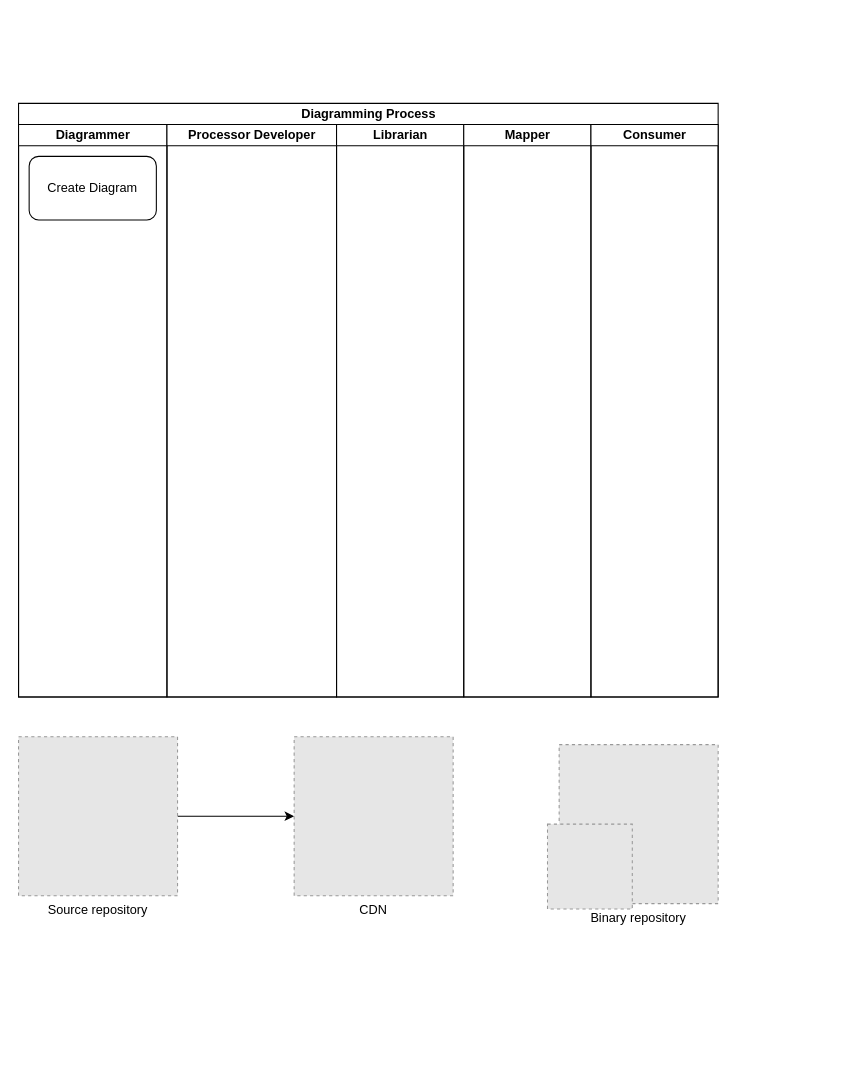
Above: diagram.drawio in Nasdanika-Demos/general-purpose-executable-diagrams-story (draw.io), before the change. Source tidied: cells renumbered, new cells numbered last; positions are measured from the earlier drawing's top-left corner, leaving out a move shared by most shapes. Both pictures are drawn from the tidied source at 106%, with x=0, y=0 at pixel (18, 103). Pictures stored in the file or linked from it are replaced by grey dashed boxes.
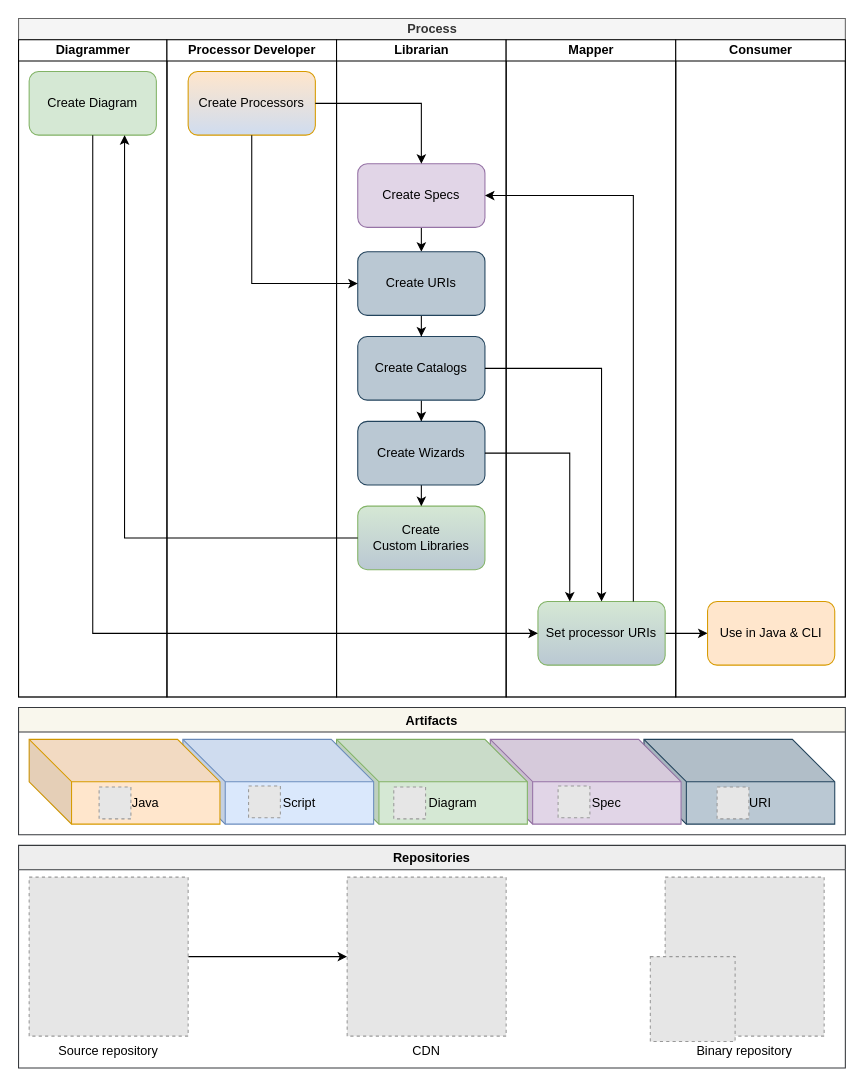
After the change.

Change to the diagram source:
```diff
@@
-    <mxCell id="2" value="Diagramming Process" style="swimlane;startSize=20;html=1;" parent="1" vertex="1">
-      <mxGeometry width="660" height="560" as="geometry" />
-    </mxCell>
+    <mxCell id="14" value="Process" style="swimlane;startSize=20;html=1;fillColor=#f5f5f5;fontColor=#333333;strokeColor=#666666;" parent="1" vertex="1">
+      <mxGeometry y="-80" width="780" height="640" as="geometry" />
+    </mxCell>
-    <mxCell id="3" value="Diagrammer" style="swimlane;startSize=20;html=1;" parent="2" vertex="1">
-      <mxGeometry y="20" width="140" height="540" as="geometry" />
+    <mxCell id="3" value="Diagrammer" style="swimlane;startSize=20;html=1;" parent="14" vertex="1">
+      <mxGeometry y="20" width="140" height="620" as="geometry" />
     </mxCell>
-    <mxCell id="4" value="Create Diagram" style="rounded=1;whiteSpace=wrap;html=1;" parent="3" vertex="1">
+    <mxCell id="4" value="Create Diagram" style="rounded=1;whiteSpace=wrap;html=1;fillColor=#d5e8d4;strokeColor=#82b366;" parent="3" vertex="1">
       <mxGeometry x="10" y="30" width="120" height="60" as="geometry" />
     </mxCell>
-    <mxCell id="5" value="Processor Developer" style="swimlane;startSize=20;html=1;" parent="2" vertex="1">
-      <mxGeometry x="140" y="20" width="160" height="540" as="geometry" />
+    <mxCell id="5" value="Processor Developer" style="swimlane;startSize=20;html=1;" parent="14" vertex="1">
+      <mxGeometry x="140" y="20" width="160" height="620" as="geometry" />
     </mxCell>
+    <mxCell id="15" value="Create Processors" style="rounded=1;whiteSpace=wrap;html=1;fillColor=#ffe6cc;strokeColor=#d79b00;gradientColor=#cfdcef;" parent="5" vertex="1">
+      <mxGeometry x="20" y="30" width="120" height="60" as="geometry" />
+    </mxCell>
-    <mxCell id="6" value="Librarian" style="swimlane;startSize=20;html=1;" parent="2" vertex="1">
-      <mxGeometry x="300" y="20" width="120" height="540" as="geometry" />
+    <mxCell id="6" value="Librarian" style="swimlane;startSize=20;html=1;" parent="14" vertex="1">
+      <mxGeometry x="300" y="20" width="160" height="620" as="geometry" />
     </mxCell>
+    <mxCell id="16" style="edgeStyle=orthogonalEdgeStyle;rounded=0;jettySize=auto;html=1;" parent="6" edge="1" source="17" target="23">
+      <mxGeometry relative="1" as="geometry" />
+    </mxCell>
+    <mxCell id="17" value="Create Specs" style="rounded=1;whiteSpace=wrap;html=1;fillColor=#e1d5e7;strokeColor=#9673a6;" parent="6" vertex="1">
+      <mxGeometry x="20" y="117" width="120" height="60" as="geometry" />
+    </mxCell>
+    <mxCell id="18" style="edgeStyle=orthogonalEdgeStyle;rounded=0;jettySize=auto;html=1;" parent="6" edge="1" source="19" target="21">
+      <mxGeometry relative="1" as="geometry" />
+    </mxCell>
+    <mxCell id="19" value="Create Catalogs" style="rounded=1;whiteSpace=wrap;html=1;fillColor=#bac8d3;strokeColor=#23445d;" parent="6" vertex="1">
+      <mxGeometry x="20" y="280" width="120" height="60" as="geometry" />
+    </mxCell>
+    <mxCell id="20" style="edgeStyle=orthogonalEdgeStyle;rounded=0;jettySize=auto;html=1;" parent="6" edge="1" source="21" target="24">
+      <mxGeometry relative="1" as="geometry" />
+    </mxCell>
+    <mxCell id="21" value="Create Wizards" style="rounded=1;whiteSpace=wrap;html=1;fillColor=#bac8d3;strokeColor=#23445d;" parent="6" vertex="1">
+      <mxGeometry x="20" y="360" width="120" height="60" as="geometry" />
+    </mxCell>
+    <mxCell id="22" style="edgeStyle=orthogonalEdgeStyle;rounded=0;jettySize=auto;html=1;" parent="6" edge="1" source="23" target="19">
+      <mxGeometry relative="1" as="geometry" />
+    </mxCell>
+    <mxCell id="23" value="Create URIs" style="rounded=1;whiteSpace=wrap;html=1;fillColor=#bac8d3;strokeColor=#23445d;" parent="6" vertex="1">
+      <mxGeometry x="20" y="200" width="120" height="60" as="geometry" />
+    </mxCell>
+    <mxCell id="24" value="Create&lt;div&gt;Custom Libraries&lt;/div&gt;" style="rounded=1;whiteSpace=wrap;html=1;fillColor=#d5e8d4;strokeColor=#82b366;gradientColor=#bac8d3;" parent="6" vertex="1">
+      <mxGeometry x="20" y="440" width="120" height="60" as="geometry" />
+    </mxCell>
-    <mxCell id="7" value="Mapper" style="swimlane;startSize=20;html=1;" parent="2" vertex="1">
-      <mxGeometry x="420" y="20" width="120" height="540" as="geometry" />
+    <mxCell id="7" value="Mapper" style="swimlane;startSize=20;html=1;" parent="14" vertex="1">
+      <mxGeometry x="460" y="20" width="160" height="620" as="geometry" />
     </mxCell>
-    <mxCell id="8" value="Consumer" style="swimlane;startSize=20;html=1;" parent="2" vertex="1">
-      <mxGeometry x="540" y="20" width="120" height="540" as="geometry" />
+    <mxCell id="8" value="Consumer" style="swimlane;startSize=20;html=1;" parent="14" vertex="1">
+      <mxGeometry x="620" y="20" width="160" height="620" as="geometry" />
     </mxCell>
+    <mxCell id="25" style="edgeStyle=orthogonalEdgeStyle;rounded=0;jettySize=auto;html=1;" parent="8" edge="1" source="26" target="27">
+      <mxGeometry relative="1" as="geometry" />
+    </mxCell>
+    <mxCell id="26" value="Set processor URIs" style="rounded=1;whiteSpace=wrap;html=1;fillColor=#d5e8d4;strokeColor=#82b366;gradientColor=#bac8d3;" parent="8" vertex="1">
+      <mxGeometry x="-130" y="530" width="120" height="60" as="geometry" />
+    </mxCell>
+    <mxCell id="27" value="Use in Java &amp;amp; CLI" style="rounded=1;whiteSpace=wrap;html=1;fillColor=#ffe6cc;strokeColor=#d79b00;" parent="8" vertex="1">
+      <mxGeometry x="30" y="530" width="120" height="60" as="geometry" />
+    </mxCell>
+    <mxCell id="28" style="edgeStyle=orthogonalEdgeStyle;rounded=0;jettySize=auto;html=1;" parent="14" edge="1" source="4" target="26">
+      <mxGeometry relative="1" as="geometry">
+        <Array as="points">
+          <mxPoint x="70" y="580" />
+        </Array>
+      </mxGeometry>
+    </mxCell>
+    <mxCell id="29" style="edgeStyle=orthogonalEdgeStyle;rounded=0;jettySize=auto;html=1;" parent="14" edge="1" source="15" target="17">
+      <mxGeometry relative="1" as="geometry" />
+    </mxCell>
+    <mxCell id="30" style="edgeStyle=orthogonalEdgeStyle;rounded=0;jettySize=auto;html=1;" parent="14" edge="1" source="15" target="23">
+      <mxGeometry relative="1" as="geometry">
+        <Array as="points">
+          <mxPoint x="220" y="250" />
+        </Array>
+      </mxGeometry>
+    </mxCell>
+    <mxCell id="31" style="edgeStyle=orthogonalEdgeStyle;rounded=0;jettySize=auto;html=1;entryX=0.25;entryY=0;entryDx=0;entryDy=0;" parent="14" edge="1" source="21" target="26">
+      <mxGeometry relative="1" as="geometry" />
+    </mxCell>
+    <mxCell id="32" style="edgeStyle=orthogonalEdgeStyle;rounded=0;jettySize=auto;html=1;entryX=0.5;entryY=0;entryDx=0;entryDy=0;" parent="14" edge="1" source="19" target="26">
+      <mxGeometry relative="1" as="geometry" />
+    </mxCell>
+    <mxCell id="33" style="edgeStyle=orthogonalEdgeStyle;rounded=0;jettySize=auto;html=1;exitX=0.75;exitY=0;exitDx=0;exitDy=0;entryX=1;entryY=0.5;entryDx=0;entryDy=0;" parent="14" edge="1" source="26" target="17">
+      <mxGeometry relative="1" as="geometry" />
+    </mxCell>
+    <mxCell id="34" style="edgeStyle=orthogonalEdgeStyle;rounded=0;jettySize=auto;html=1;entryX=0.75;entryY=1;entryDx=0;entryDy=0;" parent="14" edge="1" source="24" target="4">
+      <mxGeometry relative="1" as="geometry" />
+    </mxCell>
+    <mxCell id="35" value="Repositories" style="swimlane;fillColor=#eeeeee;strokeColor=#36393d;" parent="1" vertex="1">
+      <mxGeometry y="700" width="780" height="210" as="geometry" />
+    </mxCell>
-    <mxCell id="9" style="edgeStyle=orthogonalEdgeStyle;rounded=0;jettySize=auto;html=1;" parent="1" edge="1" source="10" target="11">
+    <mxCell id="9" style="edgeStyle=orthogonalEdgeStyle;rounded=0;jettySize=auto;html=1;" parent="35" edge="1" source="10" target="11">
       <mxGeometry relative="1" as="geometry" />
     </mxCell>
-    <mxCell id="10" value="Source repository" style="fillColor=#E6E6E6;strokeColor=#999999;dashed=1;verticalLabelPosition=bottom;labelBackgroundColor=default;verticalAlign=top;" parent="1" vertex="1">
-      <mxGeometry y="597.5" width="150" height="150" as="geometry" />
+    <mxCell id="10" value="Source repository" style="fillColor=#E6E6E6;strokeColor=#999999;dashed=1;verticalLabelPosition=bottom;labelBackgroundColor=default;verticalAlign=top;" parent="35" vertex="1">
+      <mxGeometry x="10" y="30" width="150" height="150" as="geometry" />
     </mxCell>
-    <mxCell id="11" value="CDN" style="fillColor=#E6E6E6;strokeColor=#999999;dashed=1;verticalLabelPosition=bottom;labelBackgroundColor=default;verticalAlign=top;" parent="1" vertex="1">
-      <mxGeometry x="260" y="597.5" width="150" height="150" as="geometry" />
+    <mxCell id="11" value="CDN" style="fillColor=#E6E6E6;strokeColor=#999999;dashed=1;verticalLabelPosition=bottom;labelBackgroundColor=default;verticalAlign=top;" parent="35" vertex="1">
+      <mxGeometry x="310" y="30" width="150" height="150" as="geometry" />
     </mxCell>
-    <mxCell id="12" value="Binary repository" style="fillColor=#E6E6E6;strokeColor=#999999;dashed=1;verticalLabelPosition=bottom;labelBackgroundColor=default;verticalAlign=top;" parent="1" vertex="1">
-      <mxGeometry x="510" y="605" width="150" height="150" as="geometry" />
+    <mxCell id="12" value="Binary repository" style="fillColor=#E6E6E6;strokeColor=#999999;dashed=1;verticalLabelPosition=bottom;labelBackgroundColor=default;verticalAlign=top;" parent="35" vertex="1">
+      <mxGeometry x="610" y="30" width="150" height="150" as="geometry" />
     </mxCell>
-    <mxCell id="13" style="fillColor=#E6E6E6;strokeColor=#999999;dashed=1;verticalLabelPosition=bottom;labelBackgroundColor=default;verticalAlign=top;" parent="1" vertex="1">
-      <mxGeometry x="499" y="680" width="80" height="80" as="geometry" />
+    <mxCell id="13" style="fillColor=#E6E6E6;strokeColor=#999999;dashed=1;verticalLabelPosition=bottom;labelBackgroundColor=default;verticalAlign=top;" parent="35" vertex="1">
+      <mxGeometry x="596" y="105" width="80" height="80" as="geometry" />
     </mxCell>
+    <mxCell id="36" value="Artifacts" style="swimlane;fillColor=#f9f7ed;strokeColor=#36393d;" parent="1" vertex="1">
+      <mxGeometry y="570" width="780" height="120" as="geometry" />
+    </mxCell>
+    <mxCell id="37" value="URI" style="shape=cube;whiteSpace=wrap;html=1;boundedLbl=1;backgroundOutline=1;darkOpacity=0.05;darkOpacity2=0.1;size=40;fillColor=#bac8d3;strokeColor=#23445d;" parent="36" vertex="1">
+      <mxGeometry x="590" y="30" width="180" height="80" as="geometry" />
+    </mxCell>
+    <mxCell id="38" value="Spec" style="shape=cube;whiteSpace=wrap;html=1;boundedLbl=1;backgroundOutline=1;darkOpacity=0.05;darkOpacity2=0.1;size=40;fillColor=#e1d5e7;strokeColor=#9673a6;" parent="36" vertex="1">
+      <mxGeometry x="445" y="30" width="180" height="80" as="geometry" />
+    </mxCell>
+    <mxCell id="39" value="Diagram" style="shape=cube;whiteSpace=wrap;html=1;boundedLbl=1;backgroundOutline=1;darkOpacity=0.05;darkOpacity2=0.1;size=40;fillColor=#d5e8d4;strokeColor=#82b366;" parent="36" vertex="1">
+      <mxGeometry x="300" y="30" width="180" height="80" as="geometry" />
+    </mxCell>
+    <mxCell id="40" value="Script" style="shape=cube;whiteSpace=wrap;html=1;boundedLbl=1;backgroundOutline=1;darkOpacity=0.05;darkOpacity2=0.1;size=40;fillColor=#dae8fc;strokeColor=#6c8ebf;" parent="36" vertex="1">
+      <mxGeometry x="155" y="30" width="180" height="80" as="geometry" />
+    </mxCell>
+    <mxCell id="41" value="Java" style="shape=cube;whiteSpace=wrap;html=1;boundedLbl=1;backgroundOutline=1;darkOpacity=0.05;darkOpacity2=0.1;size=40;fillColor=#ffe6cc;strokeColor=#d79b00;" parent="36" vertex="1">
+      <mxGeometry x="10" y="30" width="180" height="80" as="geometry" />
+    </mxCell>
+    <mxCell id="42" style="fillColor=#E6E6E6;strokeColor=#999999;dashed=1;verticalLabelPosition=bottom;labelBackgroundColor=default;verticalAlign=top;" parent="36" vertex="1">
+      <mxGeometry x="659" y="75" width="30" height="30" as="geometry" />
+    </mxCell>
+    <mxCell id="43" style="fillColor=#E6E6E6;strokeColor=#999999;dashed=1;verticalLabelPosition=bottom;labelBackgroundColor=default;verticalAlign=top;" parent="36" vertex="1">
+      <mxGeometry x="509" y="74" width="30" height="30" as="geometry" />
+    </mxCell>
+    <mxCell id="44" style="fillColor=#E6E6E6;strokeColor=#999999;dashed=1;verticalLabelPosition=bottom;labelBackgroundColor=default;verticalAlign=top;" parent="36" vertex="1">
+      <mxGeometry x="354" y="75" width="30" height="30" as="geometry" />
+    </mxCell>
+    <mxCell id="45" style="fillColor=#E6E6E6;strokeColor=#999999;dashed=1;verticalLabelPosition=bottom;labelBackgroundColor=default;verticalAlign=top;" parent="36" vertex="1">
+      <mxGeometry x="217" y="74" width="30" height="30" as="geometry" />
+    </mxCell>
+    <mxCell id="46" style="fillColor=#E6E6E6;strokeColor=#999999;dashed=1;verticalLabelPosition=bottom;labelBackgroundColor=default;verticalAlign=top;" parent="36" vertex="1">
+      <mxGeometry x="76" y="75" width="30" height="30" as="geometry" />
+    </mxCell>
```
